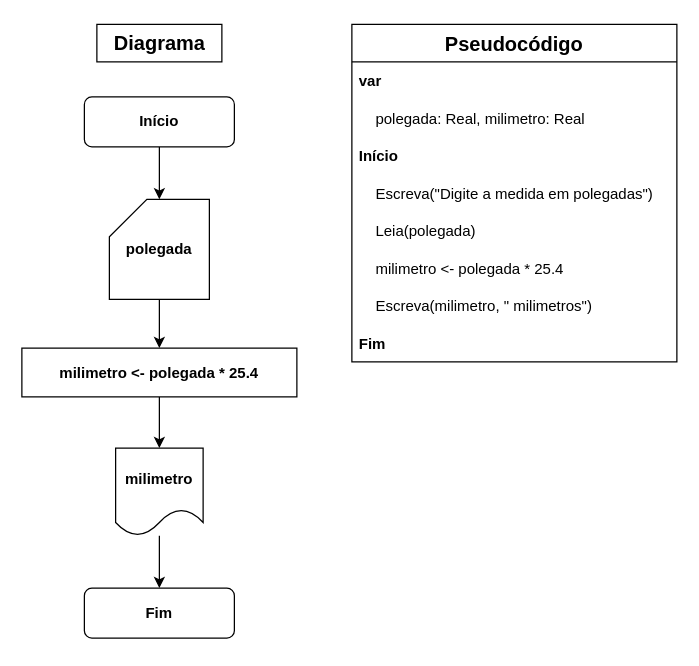
iSamekh/draw.io keeps this draw.io diagram as page "Ex. 1.2" (2 of 5) of Diagrama.drawio. Above is the earlier version. Source tidied: cells renumbered, new cells numbered last; positions are measured from the earlier drawing's top-left corner, leaving out a move shared by most shapes. Both pictures are drawn from the tidied source at 125%, with x=0, y=0 at pixel (21, 24).
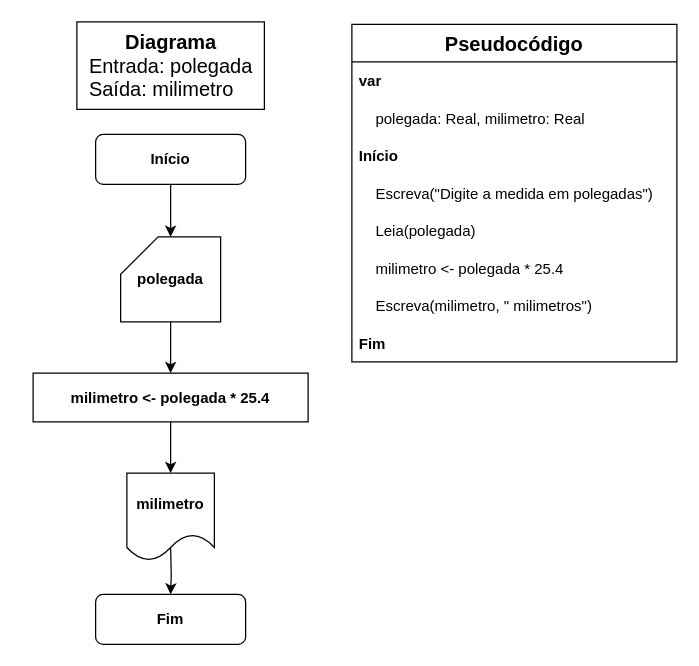
The same diagram, later.

The edit, as a diff of the source:
```diff
@@
     <mxCell id="3" value="Início" style="rounded=1;whiteSpace=wrap;html=1;fontSize=12;glass=0;strokeWidth=1;shadow=0;fontStyle=1;" parent="1" vertex="1">
-      <mxGeometry x="50" y="58" width="120" height="40" as="geometry" />
+      <mxGeometry x="59" y="88" width="120" height="40" as="geometry" />
     </mxCell>
     <mxCell id="4" value="Fim" style="rounded=1;whiteSpace=wrap;html=1;fontSize=12;glass=0;strokeWidth=1;shadow=0;fontStyle=1;" parent="1" vertex="1">
-      <mxGeometry x="50" y="451" width="120" height="40" as="geometry" />
+      <mxGeometry x="59" y="456" width="120" height="40" as="geometry" />
     </mxCell>
-    <mxCell id="5" style="edgeStyle=orthogonalEdgeStyle;rounded=0;jettySize=auto;html=1;fontStyle=1;" parent="1" edge="1" source="6" target="4">
-      <mxGeometry relative="1" as="geometry" />
+    <mxCell id="5" style="edgeStyle=orthogonalEdgeStyle;rounded=0;jettySize=auto;html=1;fontStyle=1;" parent="1" edge="1" target="4">
+      <mxGeometry relative="1" as="geometry">
+        <mxPoint x="119" y="419" as="sourcePoint" />
+      </mxGeometry>
     </mxCell>
     <mxCell id="6" value="milimetro" style="shape=document;whiteSpace=wrap;html=1;boundedLbl=1;fontStyle=1;" parent="1" vertex="1">
-      <mxGeometry x="75" y="339" width="70" height="70" as="geometry" />
+      <mxGeometry x="84" y="359" width="70" height="70" as="geometry" />
     </mxCell>
@@
     <mxCell id="8" value="polegada" style="shape=card;whiteSpace=wrap;html=1;fontStyle=1;" parent="1" vertex="1">
-      <mxGeometry x="70" y="140" width="80" height="80" as="geometry" />
+      <mxGeometry x="79" y="170" width="80" height="68" as="geometry" />
     </mxCell>
@@
     <mxCell id="10" value="milimetro &amp;lt;- polegada * 25.4" style="rounded=0;whiteSpace=wrap;html=1;fontStyle=1;" parent="1" vertex="1">
-      <mxGeometry y="259" width="220" height="39" as="geometry" />
+      <mxGeometry x="9" y="279" width="220" height="39" as="geometry" />
     </mxCell>
@@
-    <mxCell id="20" value="&lt;b&gt;&lt;font style=&quot;font-size: 16px;&quot;&gt;Diagrama&lt;/font&gt;&lt;/b&gt;" style="text;html=1;align=center;verticalAlign=middle;fillColor=default;strokeColor=default;rounded=0;shadow=0;glass=0;labelBackgroundColor=#FFFFFF;labelBorderColor=none;sketch=0;fillStyle=auto;strokeWidth=1;" parent="1" vertex="1">
-      <mxGeometry x="60" width="100" height="30" as="geometry" />
-    </mxCell>
+    <mxCell id="21" value="&lt;font style=&quot;font-size: 16px;&quot;&gt;&lt;b&gt;Diagrama&lt;/b&gt;&lt;br&gt;&lt;div style=&quot;text-align: left;&quot;&gt;&lt;span style=&quot;font-size: 12px;&quot;&gt;&lt;font style=&quot;font-size: 16px;&quot;&gt;Entrada: polegada&lt;/font&gt;&lt;/span&gt;&lt;/div&gt;&lt;div style=&quot;text-align: left;&quot;&gt;&lt;span style=&quot;font-size: 12px;&quot;&gt;&lt;font style=&quot;font-size: 16px;&quot;&gt;Saída: milimetro&lt;/font&gt;&lt;/span&gt;&lt;/div&gt;&lt;/font&gt;" style="text;html=1;align=center;verticalAlign=middle;fillColor=default;strokeColor=default;rounded=0;shadow=0;glass=0;labelBackgroundColor=#FFFFFF;labelBorderColor=none;sketch=0;fillStyle=auto;strokeWidth=1;" parent="1" vertex="1">
+      <mxGeometry x="44" y="-2" width="150" height="70" as="geometry" />
+    </mxCell>
```
